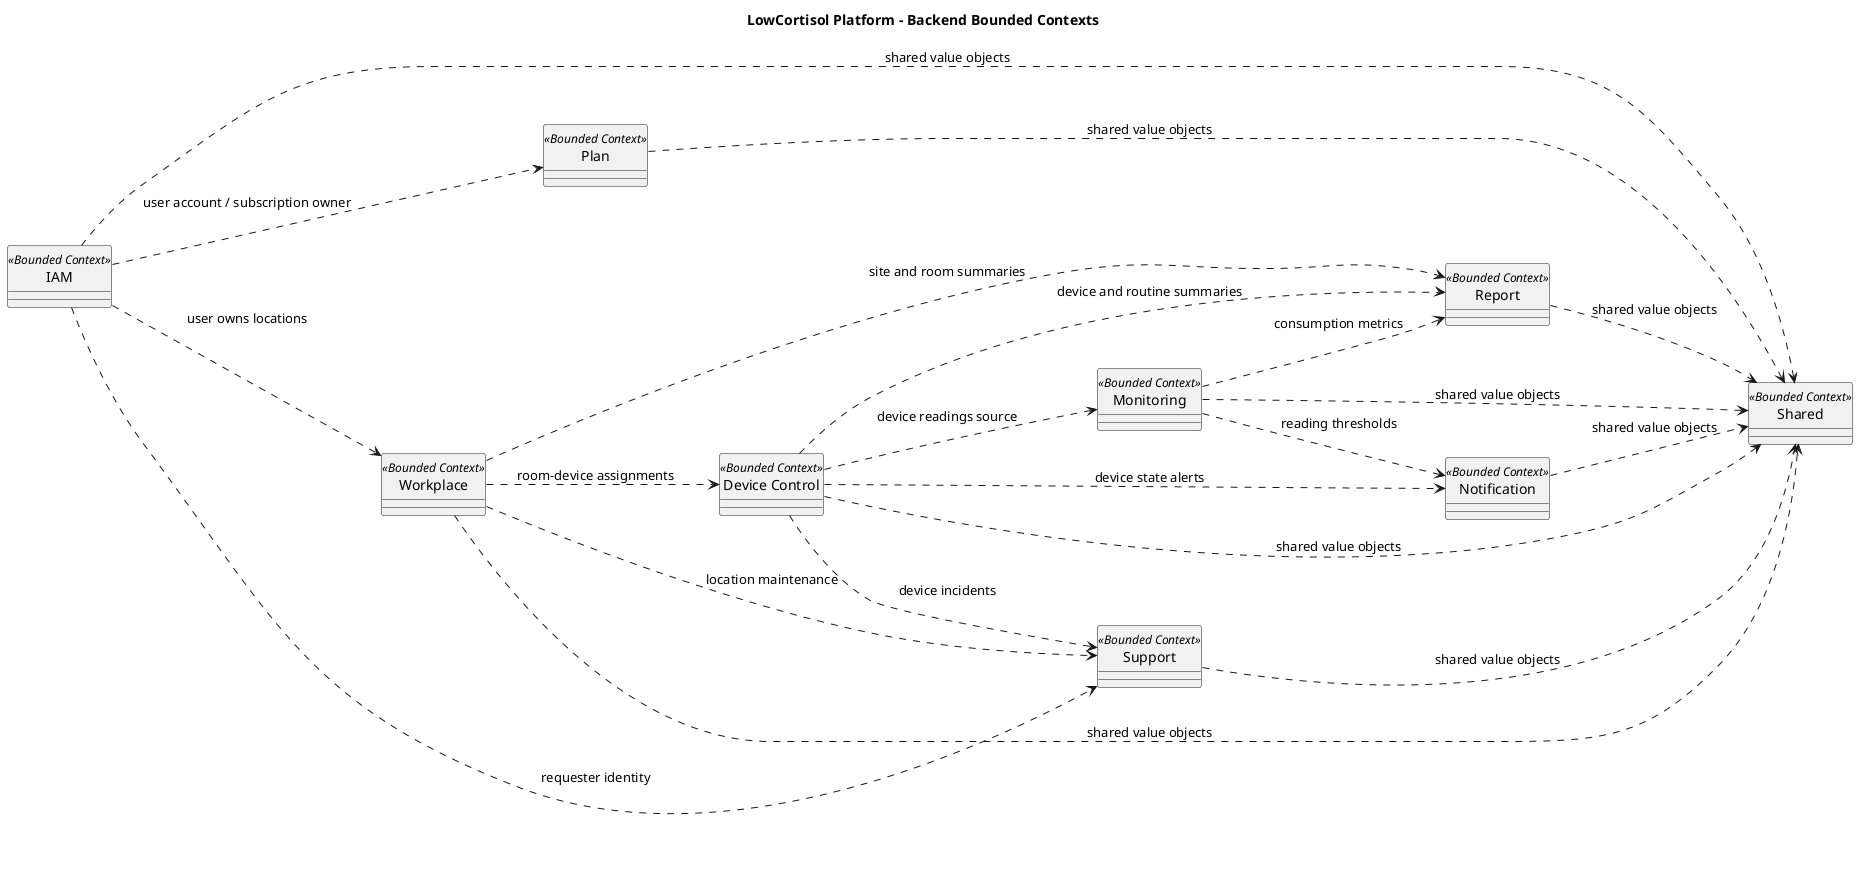
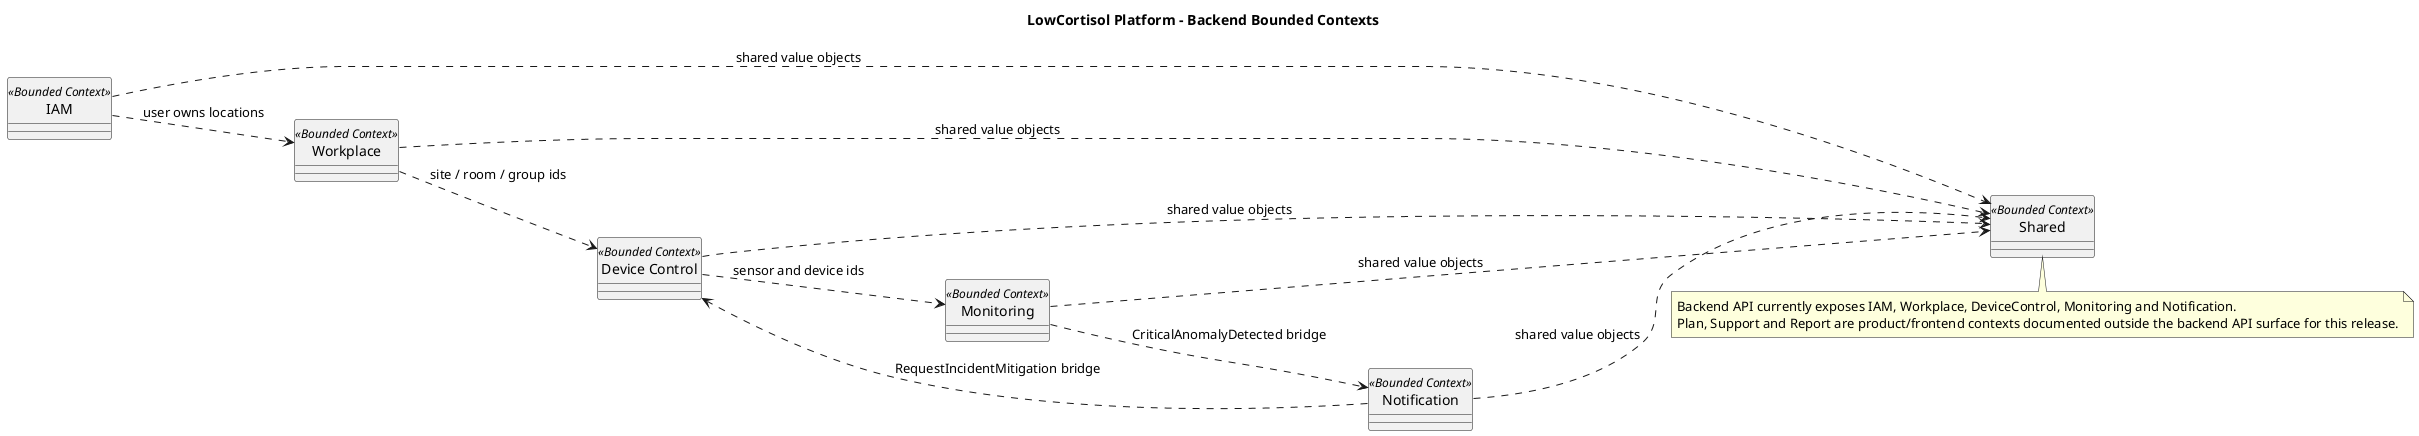
@startuml
title LowCortisol Platform - Backend Bounded Contexts
left to right direction
skinparam packageStyle rectangle
skinparam shadowing false
skinparam classAttributeIconSize 0
hide circle

class "IAM" as BackendIAM <<Bounded Context>> {}
- class "Plan" as BackendPlan <<Bounded Context>> {}
class "Workplace" as BackendWorkplace <<Bounded Context>> {}
class "Device Control" as BackendDeviceControl <<Bounded Context>> {}
class "Monitoring" as BackendMonitoring <<Bounded Context>> {}
class "Notification" as BackendNotification <<Bounded Context>> {}
- class "Report" as BackendReport <<Bounded Context>> {}
- class "Support" as BackendSupport <<Bounded Context>> {}
class "Shared" as BackendShared <<Bounded Context>> {}

- BackendIAM ..> BackendPlan : user account / subscription owner
BackendIAM ..> BackendWorkplace : user owns locations
- BackendWorkplace ..> BackendDeviceControl : room-device assignments
- BackendDeviceControl ..> BackendMonitoring : device readings source
- BackendMonitoring ..> BackendNotification : reading thresholds
- BackendDeviceControl ..> BackendNotification : device state alerts
- BackendMonitoring ..> BackendReport : consumption metrics
- BackendWorkplace ..> BackendReport : site and room summaries
- BackendDeviceControl ..> BackendReport : device and routine summaries
- BackendDeviceControl ..> BackendSupport : device incidents
- BackendWorkplace ..> BackendSupport : location maintenance
- BackendIAM ..> BackendSupport : requester identity
+ BackendWorkplace ..> BackendDeviceControl : site / room / group ids
+ BackendDeviceControl ..> BackendMonitoring : sensor and device ids
+ BackendMonitoring ..> BackendNotification : CriticalAnomalyDetected bridge
+ BackendNotification ..> BackendDeviceControl : RequestIncidentMitigation bridge
BackendIAM ..> BackendShared : shared value objects
- BackendPlan ..> BackendShared : shared value objects
BackendWorkplace ..> BackendShared : shared value objects
BackendDeviceControl ..> BackendShared : shared value objects
BackendMonitoring ..> BackendShared : shared value objects
BackendNotification ..> BackendShared : shared value objects
- BackendReport ..> BackendShared : shared value objects
- BackendSupport ..> BackendShared : shared value objects
+ 
+ note bottom
+ Backend API currently exposes IAM, Workplace, DeviceControl, Monitoring and Notification.
+ Plan, Support and Report are product/frontend contexts documented outside the backend API surface for this release.
+ end note

@enduml
